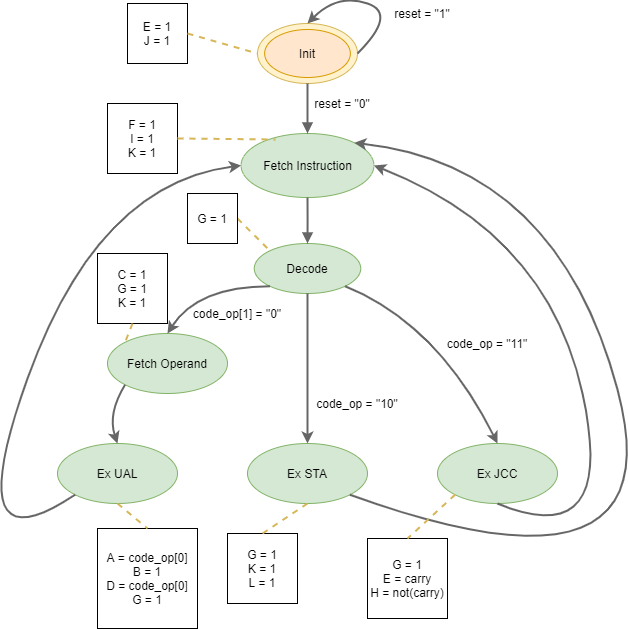
Above: Pictures/Conception-FSM.png in Starmaxou/Conception_processeur (draw.io), before the change. Source tidied: cells renumbered, new cells last; positions are measured from the earlier drawing's top-left corner, leaving out a move shared by most shapes.
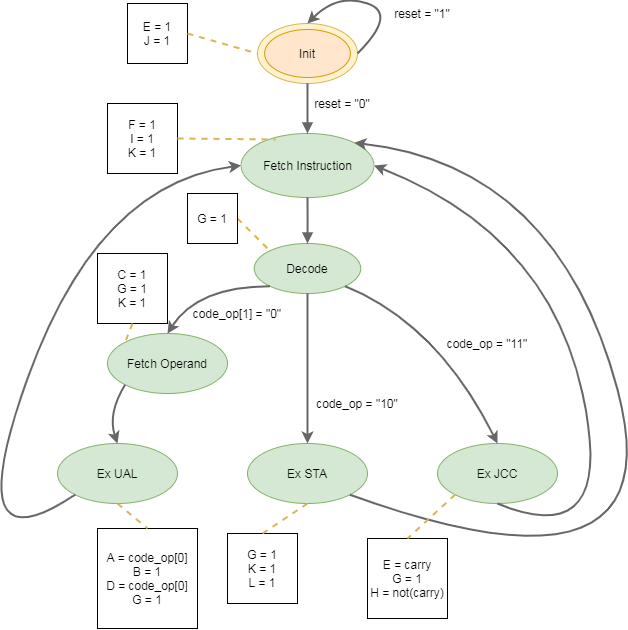
Above is the later version.

Change to the diagram source:
```diff
@@ -115,7 +115,7 @@
     <mxCell id="30" value="G = 1&lt;br&gt;K = 1&lt;br&gt;L = 1" style="whiteSpace=wrap;html=1;" parent="1" vertex="1">
       <mxGeometry x="270" y="540" width="70" height="70" as="geometry" />
     </mxCell>
-    <mxCell id="31" value="G = 1&lt;br&gt;E = carry&lt;br&gt;H = not(carry)" style="whiteSpace=wrap;html=1;" parent="1" vertex="1">
+    <mxCell id="31" value="E = carry&lt;br&gt;G = 1&lt;br&gt;H = not(carry)" style="whiteSpace=wrap;html=1;" parent="1" vertex="1">
       <mxGeometry x="410" y="545" width="80" height="80" as="geometry" />
     </mxCell>
     <mxCell id="32" style="endArrow=none;dashed=1;html=1;strokeColor=#d6b656;strokeWidth=2;entryX=0.5;entryY=0;entryDx=0;entryDy=0;exitX=0.5;exitY=1;exitDx=0;exitDy=0;fillColor=#fff2cc;" parent="1" edge="1" source="10" target="30">
```
